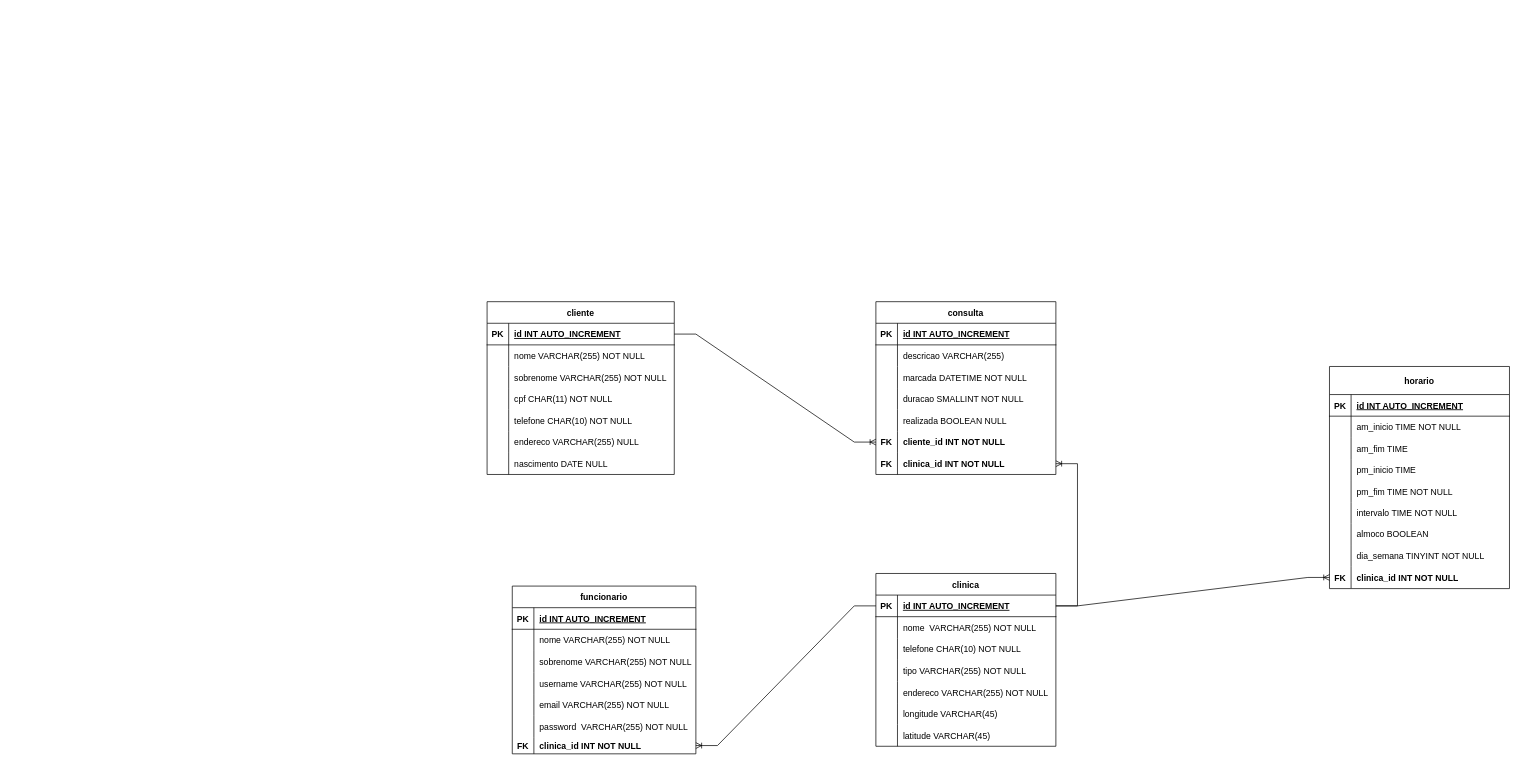
Above: database/MER.drawio in uchoamp/consuchat (draw.io), before the change. Source tidied: cells renumbered, new cells numbered last; positions are measured from the earlier drawing's top-left corner, leaving out a move shared by most shapes. Both pictures are drawn from the tidied source at 72%, with x=0, y=0 at pixel (487, 301).
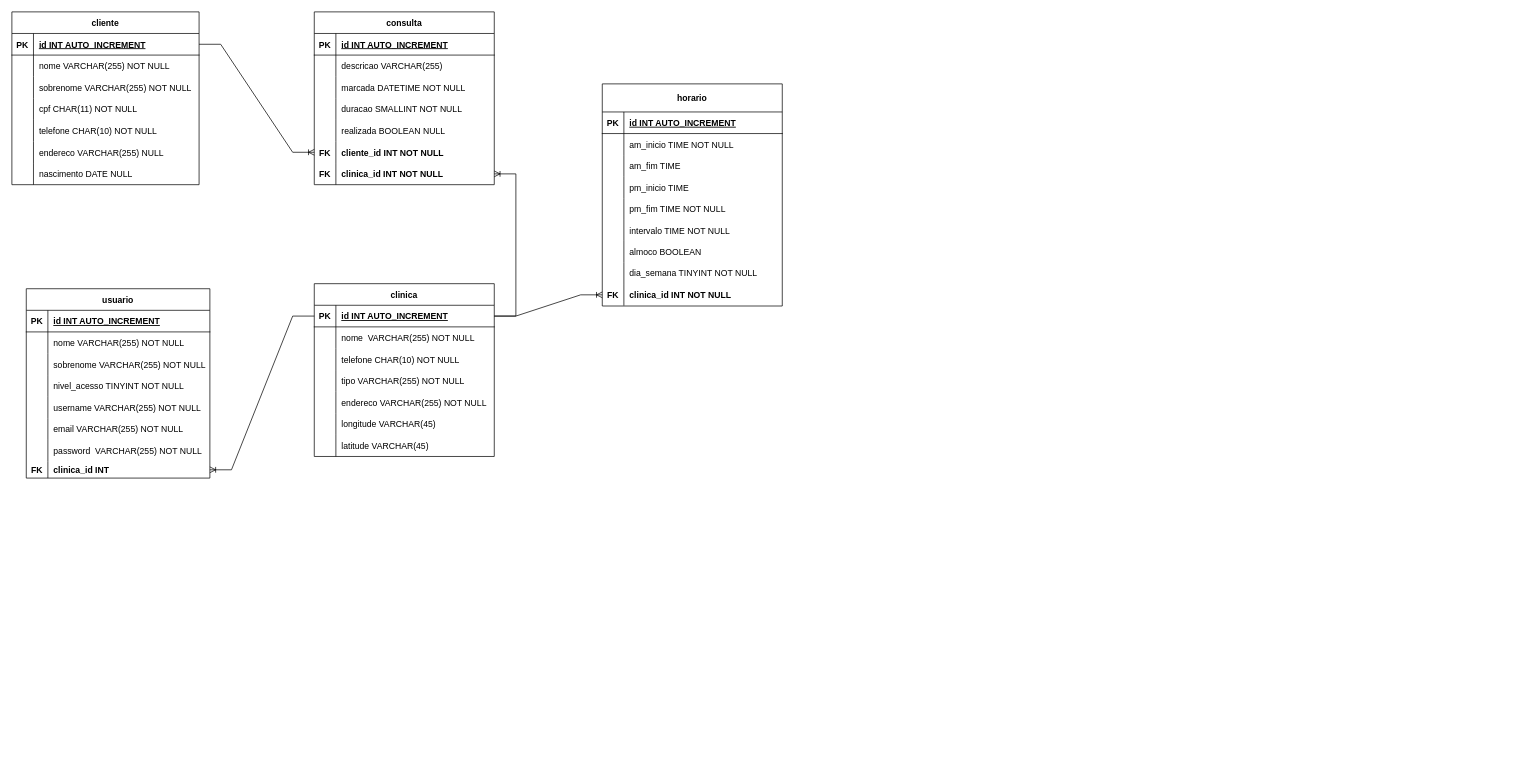
Above is the later version.

Commit message (it also covers changes not shown here):
Tabela funcionario vira usuario e ganha o campo nivel_acesso

What changed in the source:
```diff
@@
     <mxCell id="2" value="consulta" style="shape=table;startSize=30;childLayout=tableLayout;rowLines=0;fontStyle=1;align=center;" parent="1" vertex="1">
-      <mxGeometry x="540" y="0.5" width="250" height="240" as="geometry" />
+      <mxGeometry x="-240" y="-402" width="250" height="240" as="geometry" />
     </mxCell>
@@
     <mxCell id="24" value="cliente" style="shape=table;startSize=30;childLayout=tableLayout;rowLines=0;fontStyle=1;align=center;" parent="1" vertex="1">
-      <mxGeometry y="0.5" width="260" height="240" as="geometry" />
+      <mxGeometry x="-660" y="-402" width="260" height="240" as="geometry" />
     </mxCell>
@@
     <mxCell id="46" value="clinica" style="shape=table;startSize=30;childLayout=tableLayout;rowLines=0;fontStyle=1;align=center;" parent="1" vertex="1">
-      <mxGeometry x="540" y="378" width="250" height="240" as="geometry" />
+      <mxGeometry x="-240" y="-24.5" width="250" height="240" as="geometry" />
     </mxCell>
@@
     <mxCell id="68" value="horario" style="shape=table;startSize=39;childLayout=tableLayout;rowLines=0;fontStyle=1;align=center;" parent="1" vertex="1">
-      <mxGeometry x="1170" y="90.5" width="250" height="308.5" as="geometry" />
+      <mxGeometry x="160" y="-302" width="250" height="308.5" as="geometry" />
     </mxCell>
@@
     <mxCell id="96" style="shape=partialRectangle;overflow=hidden;fillColor=none;top=0;left=0;bottom=0;right=0;align=left;spacingLeft=6;" parent="1" vertex="1">
-      <mxGeometry x="970" y="128" width="220" height="30" as="geometry" />
+      <mxGeometry x="190" y="-274.5" width="220" height="30" as="geometry" />
     </mxCell>
-    <mxCell id="97" value="funcionario" style="shape=table;startSize=30;childLayout=tableLayout;rowLines=0;fontStyle=1;align=center;" parent="1" vertex="1">
-      <mxGeometry x="35" y="395.5" width="255" height="233" as="geometry" />
+    <mxCell id="97" value="usuario" style="shape=table;startSize=30;childLayout=tableLayout;rowLines=0;fontStyle=1;align=center;" parent="1" vertex="1">
+      <mxGeometry x="-640" y="-17.5" width="255" height="263" as="geometry" />
     </mxCell>
@@
+    <mxCell id="123" style="shape=partialRectangle;fillColor=none;top=0;left=0;right=0;bottom=0;" parent="97" vertex="1">
+      <mxGeometry y="120" width="255" height="30" as="geometry" />
+    </mxCell>
+    <mxCell id="124" style="shape=partialRectangle;overflow=hidden;fillColor=none;top=0;left=0;bottom=0;right=0;" parent="123" vertex="1">
+      <mxGeometry width="30" height="30" as="geometry" />
+    </mxCell>
+    <mxCell id="125" value="nivel_acesso TINYINT NOT NULL" style="shape=partialRectangle;overflow=hidden;fillColor=none;top=0;left=0;bottom=0;right=0;align=left;spacingLeft=6;" parent="123" vertex="1">
+      <mxGeometry x="30" width="225" height="30" as="geometry" />
+    </mxCell>
     <mxCell id="107" style="shape=partialRectangle;fillColor=none;top=0;left=0;right=0;bottom=0;" parent="97" vertex="1">
-      <mxGeometry y="120" width="255" height="30" as="geometry" />
+      <mxGeometry y="150" width="255" height="30" as="geometry" />
     </mxCell>
@@
     <mxCell id="110" style="shape=partialRectangle;fillColor=none;top=0;left=0;right=0;bottom=0;" parent="97" vertex="1">
-      <mxGeometry y="150" width="255" height="30" as="geometry" />
+      <mxGeometry y="180" width="255" height="30" as="geometry" />
     </mxCell>
@@
     <mxCell id="113" style="shape=partialRectangle;fillColor=none;top=0;left=0;right=0;bottom=0;" parent="97" vertex="1">
-      <mxGeometry y="180" width="255" height="30" as="geometry" />
+      <mxGeometry y="210" width="255" height="30" as="geometry" />
     </mxCell>
@@
     <mxCell id="116" style="shape=partialRectangle;fillColor=none;points=[[0,0.5],[1,0.5]];portConstraint=eastwest;top=0;left=0;right=0;bottom=0;fontStyle=0;" parent="97" vertex="1">
-      <mxGeometry y="210" width="255" height="23" as="geometry" />
+      <mxGeometry y="240" width="255" height="23" as="geometry" />
     </mxCell>
@@
-    <mxCell id="118" value="clinica_id INT NOT NULL" style="shape=partialRectangle;overflow=hidden;fillColor=none;top=0;left=0;bottom=0;right=0;align=left;spacingLeft=6;fontStyle=1;" parent="116" vertex="1">
+    <mxCell id="118" value="clinica_id INT" style="shape=partialRectangle;overflow=hidden;fillColor=none;top=0;left=0;bottom=0;right=0;align=left;spacingLeft=6;fontStyle=1;" parent="116" vertex="1">
       <mxGeometry x="30" width="225" height="23" as="geometry" />
     </mxCell>
```
